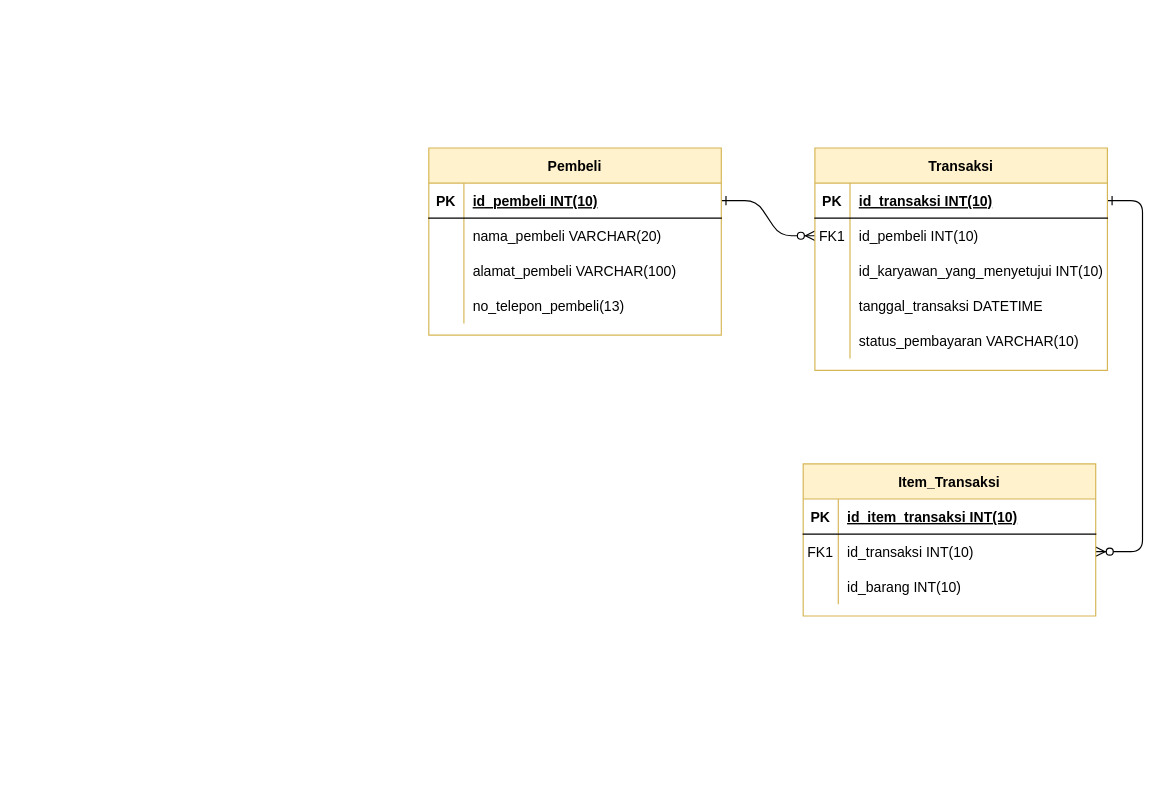
The draw.io diagram Pertemuan6/Untitled Diagram.drawio in NormalikaShandi/IF214002, before the edit. Source tidied: cells renumbered, new cells numbered last; positions are measured from the earlier drawing's top-left corner, leaving out a move shared by most shapes. Both pictures are drawn from the tidied source at 117%, with x=0, y=0 at pixel (428, 147).
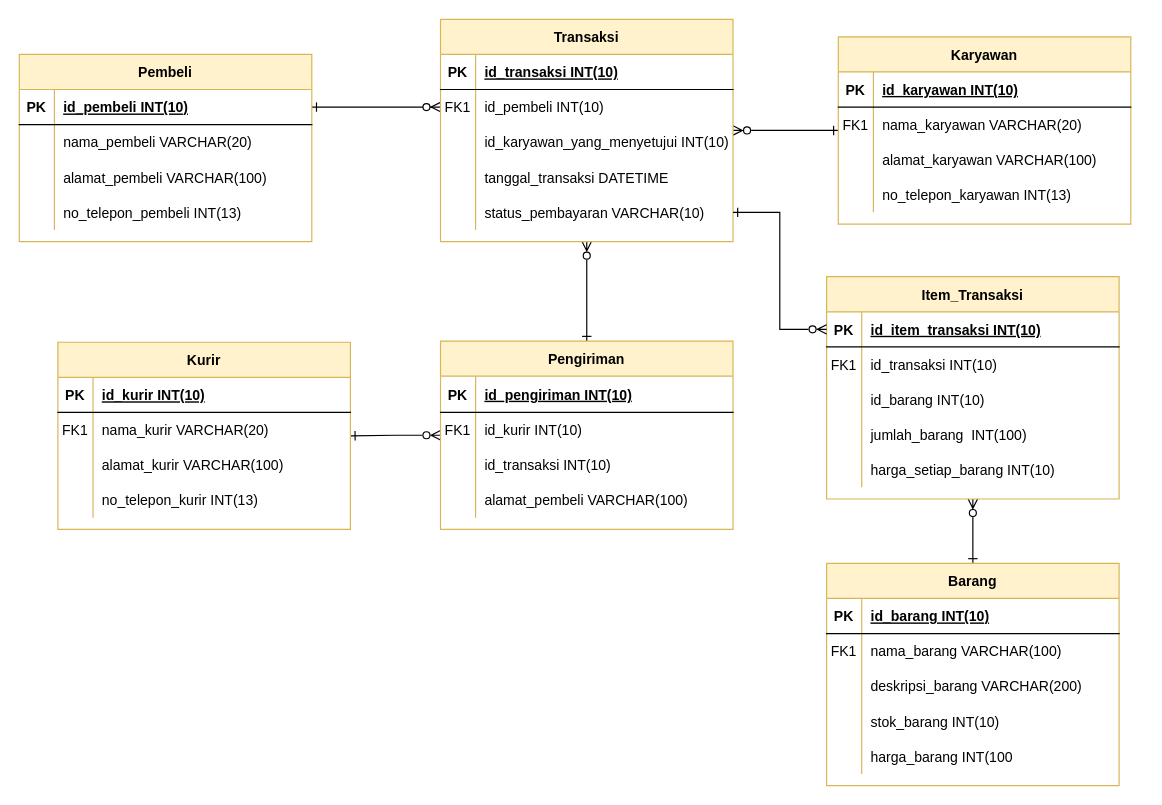
After the change.

Unchanged cells that the change refers to:
```xml
<mxCell id="5" style="shape=partialRectangle;fillColor=none;points=[[0,0.5],[1,0.5]];portConstraint=eastwest;top=0;left=0;right=0;bottom=1;" parent="4" vertex="1">
  <mxGeometry y="30" width="250" height="30" as="geometry" />
</mxCell>
<mxCell id="17" style="shape=partialRectangle;fillColor=none;points=[[0,0.5],[1,0.5]];portConstraint=eastwest;top=0;left=0;right=0;bottom=0;" parent="4" vertex="1">
  <mxGeometry y="150" width="250" height="30" as="geometry" />
</mxCell>
<mxCell id="21" style="shape=partialRectangle;fillColor=none;points=[[0,0.5],[1,0.5]];portConstraint=eastwest;top=0;left=0;right=0;bottom=1;" parent="20" vertex="1">
  <mxGeometry y="30" width="250" height="30" as="geometry" />
</mxCell>
<mxCell id="24" style="shape=partialRectangle;fillColor=none;points=[[0,0.5],[1,0.5]];portConstraint=eastwest;top=0;left=0;right=0;bottom=0;" parent="20" vertex="1">
  <mxGeometry y="60" width="250" height="30" as="geometry" />
</mxCell>
<mxCell id="40" style="shape=partialRectangle;fillColor=none;top=0;left=0;right=0;bottom=0;" parent="30" vertex="1">
  <mxGeometry y="120" width="250" height="30" as="geometry" />
</mxCell>
```

The edit, as a diff of the source:
```diff
@@
-    <mxCell id="3" style="edgeStyle=entityRelationEdgeStyle;endArrow=ERzeroToMany;startArrow=ERone;endFill=1;startFill=0;" parent="1" edge="1" source="5" target="24">
-      <mxGeometry relative="1" as="geometry" />
-    </mxCell>
+    <mxCell id="43" style="edgeStyle=orthogonalEdgeStyle;rounded=0;jettySize=auto;html=1;startArrow=ERzeroToMany;startFill=0;endArrow=ERone;endFill=0;" parent="1" edge="1" source="4" target="68">
+      <mxGeometry relative="1" as="geometry" />
+    </mxCell>
+    <mxCell id="44" style="edgeStyle=orthogonalEdgeStyle;rounded=0;jettySize=auto;html=1;startArrow=ERzeroToMany;startFill=0;endArrow=ERone;endFill=0;entryX=0.5;entryY=0;entryDx=0;entryDy=0;" parent="1" edge="1" source="4" target="83">
+      <mxGeometry relative="1" as="geometry" />
+    </mxCell>
     <mxCell id="4" value="Transaksi" style="shape=table;startSize=30;childLayout=tableLayout;rowLines=0;fontStyle=1;align=center;fillColor=#fff2cc;strokeColor=#d6b656;" parent="1" vertex="1">
-      <mxGeometry x="330" width="250" height="190" as="geometry" />
+      <mxGeometry x="10" y="-110" width="250" height="190" as="geometry" />
     </mxCell>
@@
+    <mxCell id="45" style="edgeStyle=orthogonalEdgeStyle;rounded=0;jettySize=auto;html=1;startArrow=ERzeroToMany;startFill=0;endArrow=ERone;endFill=0;" parent="1" edge="1" source="20" target="52">
+      <mxGeometry relative="1" as="geometry" />
+    </mxCell>
     <mxCell id="20" value="Item_Transaksi" style="shape=table;startSize=30;childLayout=tableLayout;rowLines=0;fontStyle=1;align=center;fillColor=#fff2cc;strokeColor=#d6b656;" parent="1" vertex="1">
-      <mxGeometry x="320" y="270" width="250" height="130" as="geometry" />
+      <mxGeometry x="340" y="110" width="250" height="190" as="geometry" />
     </mxCell>
@@
+    <mxCell id="46" style="shape=partialRectangle;fillColor=none;top=0;left=0;right=0;bottom=0;" parent="20" vertex="1">
+      <mxGeometry y="120" width="250" height="30" as="geometry" />
+    </mxCell>
+    <mxCell id="47" style="shape=partialRectangle;overflow=hidden;fillColor=none;top=0;left=0;bottom=0;right=0;" parent="46" vertex="1">
+      <mxGeometry width="30" height="30" as="geometry" />
+    </mxCell>
+    <mxCell id="48" value="jumlah_barang  INT(100)" style="shape=partialRectangle;overflow=hidden;fillColor=none;top=0;left=0;bottom=0;right=0;align=left;spacingLeft=6;" parent="46" vertex="1">
+      <mxGeometry x="30" width="220" height="30" as="geometry" />
+    </mxCell>
+    <mxCell id="49" style="shape=partialRectangle;fillColor=none;top=0;left=0;right=0;bottom=0;" parent="20" vertex="1">
+      <mxGeometry y="150" width="250" height="30" as="geometry" />
+    </mxCell>
+    <mxCell id="50" style="shape=partialRectangle;overflow=hidden;fillColor=none;top=0;left=0;bottom=0;right=0;" parent="49" vertex="1">
+      <mxGeometry width="30" height="30" as="geometry" />
+    </mxCell>
+    <mxCell id="51" value="harga_setiap_barang INT(10)" style="shape=partialRectangle;overflow=hidden;fillColor=none;top=0;left=0;bottom=0;right=0;align=left;spacingLeft=6;" parent="49" vertex="1">
+      <mxGeometry x="30" width="220" height="30" as="geometry" />
+    </mxCell>
     <mxCell id="30" value="Pembeli" style="shape=table;startSize=30;childLayout=tableLayout;rowLines=0;fontStyle=1;align=center;fillColor=#fff2cc;strokeColor=#d6b656;" parent="1" vertex="1">
-      <mxGeometry width="250" height="160" as="geometry" />
+      <mxGeometry x="-350" y="-80" width="250" height="160" as="geometry" />
     </mxCell>
@@
-    <mxCell id="42" value="no_telepon_pembeli(13)" style="shape=partialRectangle;overflow=hidden;fillColor=none;top=0;left=0;bottom=0;right=0;align=left;spacingLeft=6;" parent="40" vertex="1">
+    <mxCell id="42" value="no_telepon_pembeli INT(13)" style="shape=partialRectangle;overflow=hidden;fillColor=none;top=0;left=0;bottom=0;right=0;align=left;spacingLeft=6;" parent="40" vertex="1">
       <mxGeometry x="30" width="220" height="30" as="geometry" />
     </mxCell>
+    <mxCell id="52" value="Barang" style="shape=table;startSize=30;childLayout=tableLayout;rowLines=0;fontStyle=1;align=center;fillColor=#fff2cc;strokeColor=#d6b656;" parent="1" vertex="1">
+      <mxGeometry x="340" y="355" width="250" height="190" as="geometry" />
+    </mxCell>
+    <mxCell id="53" style="shape=partialRectangle;fillColor=none;top=0;left=0;right=0;bottom=1;" parent="52" vertex="1">
+      <mxGeometry y="30" width="250" height="30" as="geometry" />
+    </mxCell>
+    <mxCell id="54" value="PK" style="shape=partialRectangle;overflow=hidden;fillColor=none;top=0;left=0;bottom=0;right=0;fontStyle=1;" parent="53" vertex="1">
+      <mxGeometry width="30" height="30" as="geometry" />
+    </mxCell>
+    <mxCell id="55" value="id_barang INT(10)" style="shape=partialRectangle;overflow=hidden;fillColor=none;top=0;left=0;bottom=0;right=0;align=left;spacingLeft=6;fontStyle=5;" parent="53" vertex="1">
+      <mxGeometry x="30" width="220" height="30" as="geometry" />
+    </mxCell>
+    <mxCell id="56" style="shape=partialRectangle;fillColor=none;top=0;left=0;right=0;bottom=0;" parent="52" vertex="1">
+      <mxGeometry y="60" width="250" height="30" as="geometry" />
+    </mxCell>
+    <mxCell id="57" value="FK1" style="shape=partialRectangle;overflow=hidden;fillColor=none;top=0;left=0;bottom=0;right=0;" parent="56" vertex="1">
+      <mxGeometry width="30" height="30" as="geometry" />
+    </mxCell>
+    <mxCell id="58" value="nama_barang VARCHAR(100)" style="shape=partialRectangle;overflow=hidden;fillColor=none;top=0;left=0;bottom=0;right=0;align=left;spacingLeft=6;" parent="56" vertex="1">
+      <mxGeometry x="30" width="220" height="30" as="geometry" />
+    </mxCell>
+    <mxCell id="59" style="shape=partialRectangle;fillColor=none;top=0;left=0;right=0;bottom=0;" parent="52" vertex="1">
+      <mxGeometry y="90" width="250" height="30" as="geometry" />
+    </mxCell>
+    <mxCell id="60" style="shape=partialRectangle;overflow=hidden;fillColor=none;top=0;left=0;bottom=0;right=0;" parent="59" vertex="1">
+      <mxGeometry width="30" height="30" as="geometry" />
+    </mxCell>
+    <mxCell id="61" value="deskripsi_barang VARCHAR(200)" style="shape=partialRectangle;overflow=hidden;fillColor=none;top=0;left=0;bottom=0;right=0;align=left;spacingLeft=6;" parent="59" vertex="1">
+      <mxGeometry x="30" width="220" height="30" as="geometry" />
+    </mxCell>
+    <mxCell id="62" style="shape=partialRectangle;fillColor=none;top=0;left=0;right=0;bottom=0;" parent="52" vertex="1">
+      <mxGeometry y="120" width="250" height="30" as="geometry" />
+    </mxCell>
+    <mxCell id="63" style="shape=partialRectangle;overflow=hidden;fillColor=none;top=0;left=0;bottom=0;right=0;" parent="62" vertex="1">
+      <mxGeometry width="30" height="30" as="geometry" />
+    </mxCell>
+    <mxCell id="64" value="stok_barang INT(10)" style="shape=partialRectangle;overflow=hidden;fillColor=none;top=0;left=0;bottom=0;right=0;align=left;spacingLeft=6;" parent="62" vertex="1">
+      <mxGeometry x="30" width="220" height="30" as="geometry" />
+    </mxCell>
+    <mxCell id="65" style="shape=partialRectangle;fillColor=none;top=0;left=0;right=0;bottom=0;" parent="52" vertex="1">
+      <mxGeometry y="150" width="250" height="30" as="geometry" />
+    </mxCell>
+    <mxCell id="66" style="shape=partialRectangle;overflow=hidden;fillColor=none;top=0;left=0;bottom=0;right=0;" parent="65" vertex="1">
+      <mxGeometry width="30" height="30" as="geometry" />
+    </mxCell>
+    <mxCell id="67" value="harga_barang INT(100" style="shape=partialRectangle;overflow=hidden;fillColor=none;top=0;left=0;bottom=0;right=0;align=left;spacingLeft=6;" parent="65" vertex="1">
+      <mxGeometry x="30" width="220" height="30" as="geometry" />
+    </mxCell>
+    <mxCell id="68" value="Karyawan" style="shape=table;startSize=30;childLayout=tableLayout;rowLines=0;fontStyle=1;align=center;fillColor=#fff2cc;strokeColor=#d6b656;" parent="1" vertex="1">
+      <mxGeometry x="350" y="-95" width="250" height="160" as="geometry" />
+    </mxCell>
+    <mxCell id="69" style="shape=partialRectangle;fillColor=none;top=0;left=0;right=0;bottom=1;" parent="68" vertex="1">
+      <mxGeometry y="30" width="250" height="30" as="geometry" />
+    </mxCell>
+    <mxCell id="70" value="PK" style="shape=partialRectangle;overflow=hidden;fillColor=none;top=0;left=0;bottom=0;right=0;fontStyle=1;" parent="69" vertex="1">
+      <mxGeometry width="30" height="30" as="geometry" />
+    </mxCell>
+    <mxCell id="71" value="id_karyawan INT(10)" style="shape=partialRectangle;overflow=hidden;fillColor=none;top=0;left=0;bottom=0;right=0;align=left;spacingLeft=6;fontStyle=5;" parent="69" vertex="1">
+      <mxGeometry x="30" width="220" height="30" as="geometry" />
+    </mxCell>
+    <mxCell id="72" style="shape=partialRectangle;fillColor=none;top=0;left=0;right=0;bottom=0;" parent="68" vertex="1">
+      <mxGeometry y="60" width="250" height="30" as="geometry" />
+    </mxCell>
+    <mxCell id="73" value="FK1" style="shape=partialRectangle;overflow=hidden;fillColor=none;top=0;left=0;bottom=0;right=0;" parent="72" vertex="1">
+      <mxGeometry width="30" height="30" as="geometry" />
+    </mxCell>
+    <mxCell id="74" value="nama_karyawan VARCHAR(20)" style="shape=partialRectangle;overflow=hidden;fillColor=none;top=0;left=0;bottom=0;right=0;align=left;spacingLeft=6;" parent="72" vertex="1">
+      <mxGeometry x="30" width="220" height="30" as="geometry" />
+    </mxCell>
+    <mxCell id="75" style="shape=partialRectangle;fillColor=none;top=0;left=0;right=0;bottom=0;" parent="68" vertex="1">
+      <mxGeometry y="90" width="250" height="30" as="geometry" />
+    </mxCell>
+    <mxCell id="76" style="shape=partialRectangle;overflow=hidden;fillColor=none;top=0;left=0;bottom=0;right=0;" parent="75" vertex="1">
+      <mxGeometry width="30" height="30" as="geometry" />
+    </mxCell>
+    <mxCell id="77" value="alamat_karyawan VARCHAR(100)" style="shape=partialRectangle;overflow=hidden;fillColor=none;top=0;left=0;bottom=0;right=0;align=left;spacingLeft=6;" parent="75" vertex="1">
+      <mxGeometry x="30" width="220" height="30" as="geometry" />
+    </mxCell>
+    <mxCell id="78" style="shape=partialRectangle;fillColor=none;top=0;left=0;right=0;bottom=0;" parent="68" vertex="1">
+      <mxGeometry y="120" width="250" height="30" as="geometry" />
+    </mxCell>
+    <mxCell id="79" style="shape=partialRectangle;overflow=hidden;fillColor=none;top=0;left=0;bottom=0;right=0;" parent="78" vertex="1">
+      <mxGeometry width="30" height="30" as="geometry" />
+    </mxCell>
+    <mxCell id="80" value="no_telepon_karyawan INT(13)" style="shape=partialRectangle;overflow=hidden;fillColor=none;top=0;left=0;bottom=0;right=0;align=left;spacingLeft=6;" parent="78" vertex="1">
+      <mxGeometry x="30" width="220" height="30" as="geometry" />
+    </mxCell>
+    <mxCell id="81" style="edgeStyle=orthogonalEdgeStyle;rounded=0;jettySize=auto;html=1;exitX=0;exitY=0.5;exitDx=0;exitDy=0;entryX=1;entryY=0.5;entryDx=0;entryDy=0;startArrow=ERzeroToMany;startFill=0;endArrow=ERone;endFill=0;" parent="1" edge="1" source="21" target="17">
+      <mxGeometry relative="1" as="geometry" />
+    </mxCell>
+    <mxCell id="82" style="edgeStyle=orthogonalEdgeStyle;rounded=0;jettySize=auto;html=1;startArrow=ERzeroToMany;startFill=0;endArrow=ERone;endFill=0;" parent="1" edge="1" source="83" target="96">
+      <mxGeometry relative="1" as="geometry" />
+    </mxCell>
+    <mxCell id="83" value="Pengiriman" style="shape=table;startSize=30;childLayout=tableLayout;rowLines=0;fontStyle=1;align=center;fillColor=#fff2cc;strokeColor=#d6b656;" parent="1" vertex="1">
+      <mxGeometry x="10" y="165" width="250" height="161" as="geometry" />
+    </mxCell>
+    <mxCell id="84" style="shape=partialRectangle;fillColor=none;top=0;left=0;right=0;bottom=1;" parent="83" vertex="1">
+      <mxGeometry y="30" width="250" height="31" as="geometry" />
+    </mxCell>
+    <mxCell id="85" value="PK" style="shape=partialRectangle;overflow=hidden;fillColor=none;top=0;left=0;bottom=0;right=0;fontStyle=1;" parent="84" vertex="1">
+      <mxGeometry width="30" height="31" as="geometry" />
+    </mxCell>
+    <mxCell id="86" value="id_pengiriman INT(10)" style="shape=partialRectangle;overflow=hidden;fillColor=none;top=0;left=0;bottom=0;right=0;align=left;spacingLeft=6;fontStyle=5;" parent="84" vertex="1">
+      <mxGeometry x="30" width="220" height="31" as="geometry" />
+    </mxCell>
+    <mxCell id="87" style="shape=partialRectangle;fillColor=none;top=0;left=0;right=0;bottom=0;" parent="83" vertex="1">
+      <mxGeometry y="61" width="250" height="30" as="geometry" />
+    </mxCell>
+    <mxCell id="88" value="FK1" style="shape=partialRectangle;overflow=hidden;fillColor=none;top=0;left=0;bottom=0;right=0;" parent="87" vertex="1">
+      <mxGeometry width="30" height="30" as="geometry" />
+    </mxCell>
+    <mxCell id="89" value="id_kurir INT(10)" style="shape=partialRectangle;overflow=hidden;fillColor=none;top=0;left=0;bottom=0;right=0;align=left;spacingLeft=6;" parent="87" vertex="1">
+      <mxGeometry x="30" width="220" height="30" as="geometry" />
+    </mxCell>
+    <mxCell id="90" style="shape=partialRectangle;fillColor=none;top=0;left=0;right=0;bottom=0;" parent="83" vertex="1">
+      <mxGeometry y="91" width="250" height="30" as="geometry" />
+    </mxCell>
+    <mxCell id="91" style="shape=partialRectangle;overflow=hidden;fillColor=none;top=0;left=0;bottom=0;right=0;" parent="90" vertex="1">
+      <mxGeometry width="30" height="30" as="geometry" />
+    </mxCell>
+    <mxCell id="92" value="id_transaksi INT(10)" style="shape=partialRectangle;overflow=hidden;fillColor=none;top=0;left=0;bottom=0;right=0;align=left;spacingLeft=6;" parent="90" vertex="1">
+      <mxGeometry x="30" width="220" height="30" as="geometry" />
+    </mxCell>
+    <mxCell id="93" style="shape=partialRectangle;fillColor=none;top=0;left=0;right=0;bottom=0;" parent="83" vertex="1">
+      <mxGeometry y="121" width="250" height="30" as="geometry" />
+    </mxCell>
+    <mxCell id="94" style="shape=partialRectangle;overflow=hidden;fillColor=none;top=0;left=0;bottom=0;right=0;" parent="93" vertex="1">
+      <mxGeometry width="30" height="30" as="geometry" />
+    </mxCell>
+    <mxCell id="95" value="alamat_pembeli VARCHAR(100)" style="shape=partialRectangle;overflow=hidden;fillColor=none;top=0;left=0;bottom=0;right=0;align=left;spacingLeft=6;" parent="93" vertex="1">
+      <mxGeometry x="30" width="220" height="30" as="geometry" />
+    </mxCell>
+    <mxCell id="96" value="Kurir" style="shape=table;startSize=30;childLayout=tableLayout;rowLines=0;fontStyle=1;align=center;fillColor=#fff2cc;strokeColor=#d6b656;" parent="1" vertex="1">
+      <mxGeometry x="-317" y="166" width="250" height="160" as="geometry" />
+    </mxCell>
+    <mxCell id="97" style="shape=partialRectangle;fillColor=none;top=0;left=0;right=0;bottom=1;" parent="96" vertex="1">
+      <mxGeometry y="30" width="250" height="30" as="geometry" />
+    </mxCell>
+    <mxCell id="98" value="PK" style="shape=partialRectangle;overflow=hidden;fillColor=none;top=0;left=0;bottom=0;right=0;fontStyle=1;" parent="97" vertex="1">
+      <mxGeometry width="30" height="30" as="geometry" />
+    </mxCell>
+    <mxCell id="99" value="id_kurir INT(10)" style="shape=partialRectangle;overflow=hidden;fillColor=none;top=0;left=0;bottom=0;right=0;align=left;spacingLeft=6;fontStyle=5;" parent="97" vertex="1">
+      <mxGeometry x="30" width="220" height="30" as="geometry" />
+    </mxCell>
+    <mxCell id="100" style="shape=partialRectangle;fillColor=none;top=0;left=0;right=0;bottom=0;" parent="96" vertex="1">
+      <mxGeometry y="60" width="250" height="30" as="geometry" />
+    </mxCell>
+    <mxCell id="101" value="FK1" style="shape=partialRectangle;overflow=hidden;fillColor=none;top=0;left=0;bottom=0;right=0;" parent="100" vertex="1">
+      <mxGeometry width="30" height="30" as="geometry" />
+    </mxCell>
+    <mxCell id="102" value="nama_kurir VARCHAR(20)" style="shape=partialRectangle;overflow=hidden;fillColor=none;top=0;left=0;bottom=0;right=0;align=left;spacingLeft=6;" parent="100" vertex="1">
+      <mxGeometry x="30" width="220" height="30" as="geometry" />
+    </mxCell>
+    <mxCell id="103" style="shape=partialRectangle;fillColor=none;top=0;left=0;right=0;bottom=0;" parent="96" vertex="1">
+      <mxGeometry y="90" width="250" height="30" as="geometry" />
+    </mxCell>
+    <mxCell id="104" style="shape=partialRectangle;overflow=hidden;fillColor=none;top=0;left=0;bottom=0;right=0;" parent="103" vertex="1">
+      <mxGeometry width="30" height="30" as="geometry" />
+    </mxCell>
+    <mxCell id="105" value="alamat_kurir VARCHAR(100)" style="shape=partialRectangle;overflow=hidden;fillColor=none;top=0;left=0;bottom=0;right=0;align=left;spacingLeft=6;" parent="103" vertex="1">
+      <mxGeometry x="30" width="220" height="30" as="geometry" />
+    </mxCell>
+    <mxCell id="106" style="shape=partialRectangle;fillColor=none;top=0;left=0;right=0;bottom=0;" parent="96" vertex="1">
+      <mxGeometry y="120" width="250" height="30" as="geometry" />
+    </mxCell>
+    <mxCell id="107" style="shape=partialRectangle;overflow=hidden;fillColor=none;top=0;left=0;bottom=0;right=0;" parent="106" vertex="1">
+      <mxGeometry width="30" height="30" as="geometry" />
+    </mxCell>
+    <mxCell id="108" value="no_telepon_kurir INT(13)" style="shape=partialRectangle;overflow=hidden;fillColor=none;top=0;left=0;bottom=0;right=0;align=left;spacingLeft=6;" parent="106" vertex="1">
+      <mxGeometry x="30" width="220" height="30" as="geometry" />
+    </mxCell>
```
